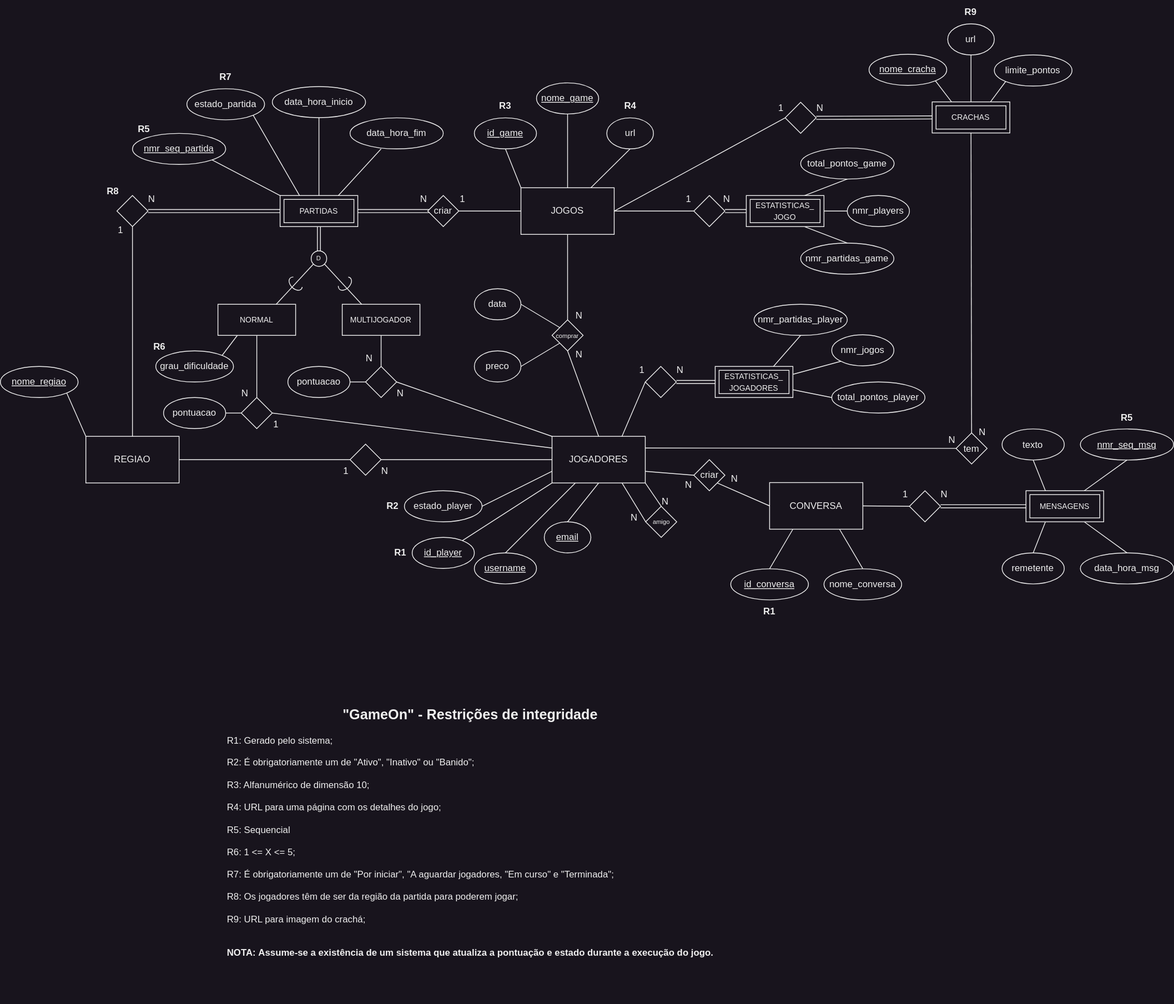
The draw.io diagram Docs/ModeloEAG9.svg in TiagoNeves9/SisInf-SV2223-G9, before a commit. Source tidied: cells renumbered, new cells last; positions are measured from the earlier drawing's top-left corner, leaving out a move shared by most shapes.
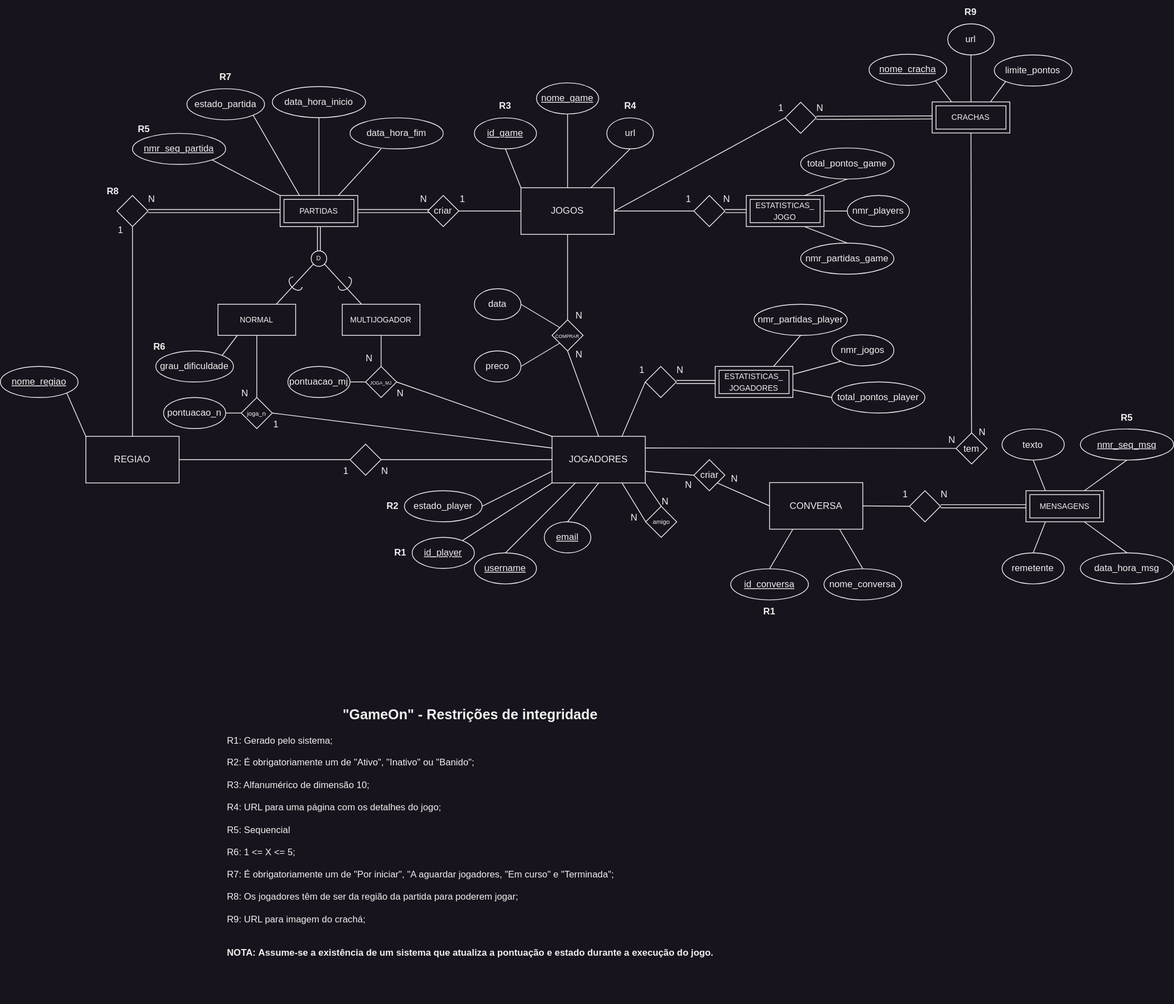
The same diagram one commit later.

Commit message:
Minha implementação do ER. Pequenos updates no EA.

Diff of the diagram source:
```diff
@@ -128,7 +128,7 @@
     <mxCell id="41" style="endArrow=none;html=1;rounded=0;entryX=0.5;entryY=1;entryDx=0;entryDy=0;exitX=0.5;exitY=0;exitDx=0;exitDy=0;" parent="1" edge="1" source="29" target="38">
       <mxGeometry relative="1" as="geometry" />
     </mxCell>
-    <mxCell id="42" value="&lt;font style=&quot;font-size: 8px;&quot;&gt;comprar&lt;/font&gt;" style="rhombus;whiteSpace=wrap;html=1;" parent="1" vertex="1">
+    <mxCell id="42" value="&lt;font style=&quot;font-size: 6px;&quot;&gt;COMPRAR&lt;/font&gt;" style="rhombus;whiteSpace=wrap;html=1;" parent="1" vertex="1">
       <mxGeometry x="710" y="411" width="40" height="40" as="geometry" />
     </mxCell>
     <mxCell id="43" style="endArrow=none;html=1;rounded=0;fontSize=8;entryX=0.5;entryY=1;entryDx=0;entryDy=0;exitX=0.5;exitY=0;exitDx=0;exitDy=0;" parent="1" edge="1" source="42" target="29">
@@ -182,7 +182,7 @@
     <mxCell id="57" style="endArrow=none;html=1;rounded=0;fontSize=8;entryX=1;entryY=0;entryDx=0;entryDy=0;exitX=0.25;exitY=1;exitDx=0;exitDy=0;" parent="1" edge="1" source="55" target="56">
       <mxGeometry relative="1" as="geometry" />
     </mxCell>
-    <mxCell id="58" style="rhombus;whiteSpace=wrap;html=1;" parent="1" vertex="1">
+    <mxCell id="58" value="&lt;font style=&quot;font-size: 6px;&quot;&gt;JOGA_MJ&lt;/font&gt;" style="rhombus;whiteSpace=wrap;html=1;" parent="1" vertex="1">
       <mxGeometry x="470" y="471" width="40" height="40" as="geometry" />
     </mxCell>
     <mxCell id="59" value="N" style="text;html=1;strokeColor=none;fillColor=none;align=center;verticalAlign=middle;whiteSpace=wrap;rounded=0;" parent="1" vertex="1">
@@ -197,13 +197,13 @@
     <mxCell id="62" style="endArrow=none;html=1;rounded=0;fontSize=8;exitX=0;exitY=0;exitDx=0;exitDy=0;entryX=1;entryY=0.5;entryDx=0;entryDy=0;" parent="1" edge="1" source="2" target="58">
       <mxGeometry relative="1" as="geometry" />
     </mxCell>
-    <mxCell id="63" value="pontuacao" style="ellipse;whiteSpace=wrap;html=1;" parent="1" vertex="1">
+    <mxCell id="63" value="pontuacao_mj" style="ellipse;whiteSpace=wrap;html=1;" parent="1" vertex="1">
       <mxGeometry x="370" y="471" width="80" height="40" as="geometry" />
     </mxCell>
     <mxCell id="64" style="endArrow=none;html=1;rounded=0;fontSize=8;entryX=1;entryY=0.5;entryDx=0;entryDy=0;exitX=0;exitY=0.5;exitDx=0;exitDy=0;" parent="1" edge="1" source="58" target="63">
       <mxGeometry relative="1" as="geometry" />
     </mxCell>
-    <mxCell id="65" style="rhombus;whiteSpace=wrap;html=1;" parent="1" vertex="1">
+    <mxCell id="65" value="&lt;font style=&quot;font-size: 8px;&quot;&gt;joga_n&lt;/font&gt;" style="rhombus;whiteSpace=wrap;html=1;" parent="1" vertex="1">
       <mxGeometry x="310" y="511" width="40" height="40" as="geometry" />
     </mxCell>
     <mxCell id="66" value="N" style="text;html=1;strokeColor=none;fillColor=none;align=center;verticalAlign=middle;whiteSpace=wrap;rounded=0;" parent="1" vertex="1">
@@ -430,7 +430,7 @@
     <mxCell id="139" value="&lt;font style=&quot;font-size: 10px;&quot;&gt;MENSAGENS&lt;/font&gt;" style="shape=ext;margin=3;double=1;whiteSpace=wrap;html=1;align=center;" parent="1" vertex="1">
       <mxGeometry x="1320" y="631" width="100" height="40" as="geometry" />
     </mxCell>
-    <mxCell id="140" value="pontuacao" style="ellipse;whiteSpace=wrap;html=1;" parent="1" vertex="1">
+    <mxCell id="140" value="pontuacao_n" style="ellipse;whiteSpace=wrap;html=1;" parent="1" vertex="1">
       <mxGeometry x="210" y="511" width="80" height="40" as="geometry" />
     </mxCell>
     <mxCell id="141" style="endArrow=none;html=1;rounded=0;entryX=1;entryY=0.5;entryDx=0;entryDy=0;exitX=0;exitY=0.5;exitDx=0;exitDy=0;" parent="1" edge="1" source="65" target="140">
```
